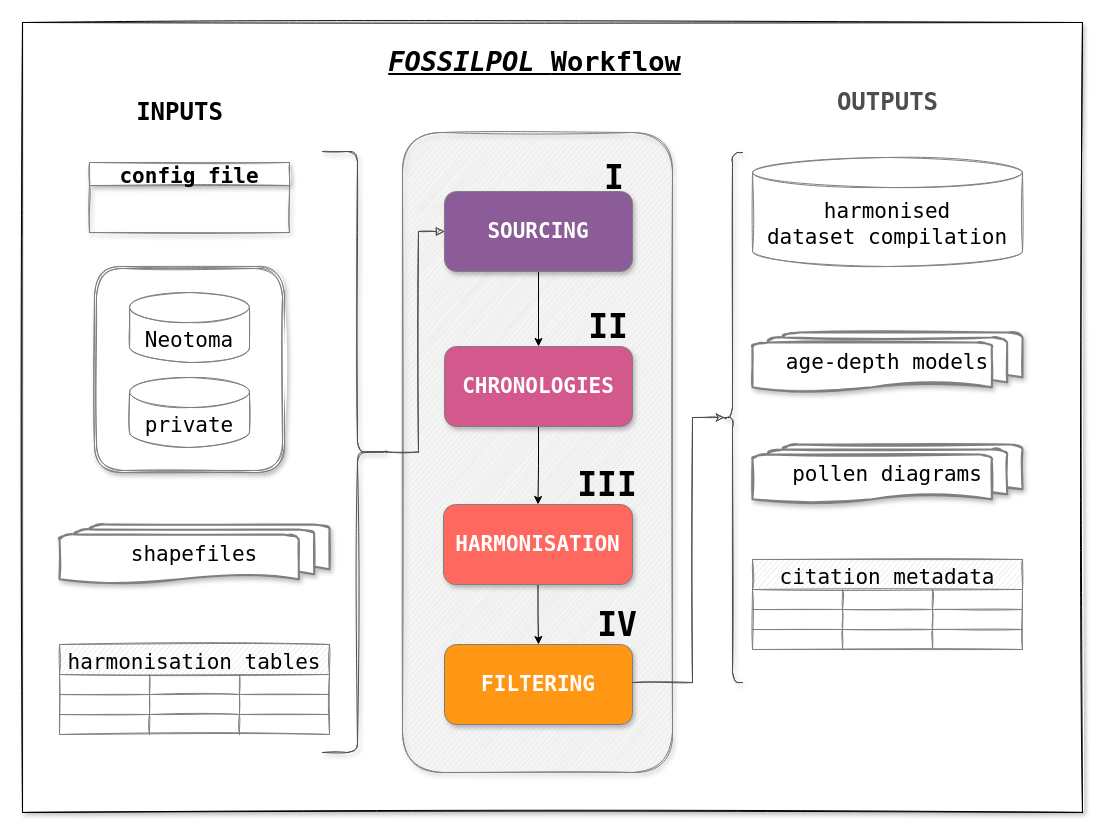
Above: Outputs/Figures/Supplementary/Workflow_MainText_Summary.drawio in HOPE-UIB-BIO/FOSSILPOL-example-Scandinavia (draw.io), before the change. Source tidied: cells renumbered, new cells numbered last; positions are measured from the earlier drawing's top-left corner, leaving out a move shared by most shapes. Both pictures are drawn from the tidied source at 100%, with x=0, y=0 at pixel (22, 22).
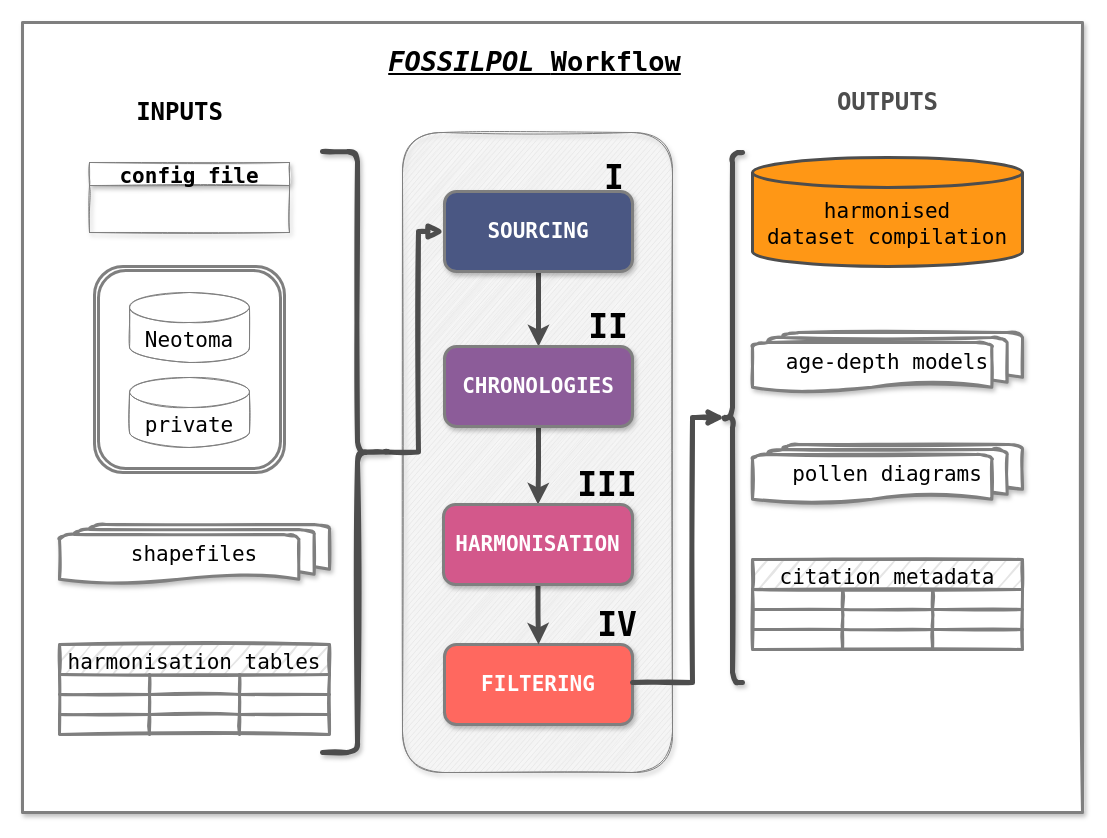
After the change.

Unchanged cells that the change refers to:
```xml
<mxCell id="19" value="&lt;b style=&quot;font-size: 33px;&quot;&gt;&lt;font style=&quot;font-size: 33px;&quot;&gt;IV&lt;/font&gt;&lt;/b&gt;" style="text;html=1;strokeColor=none;fillColor=none;align=center;verticalAlign=middle;whiteSpace=wrap;rounded=0;sketch=0;fontFamily=Lucida Console;fontSize=33;" parent="1" vertex="1">
  <mxGeometry x="550" y="527" width="90" height="150" as="geometry" />
</mxCell>
```

The edit, as a diff of the source:
```diff
@@
-    <mxCell id="2" style="rounded=0;whiteSpace=wrap;html=1;shadow=1;sketch=1;fontFamily=Lucida Console;fontSize=21;" parent="1" vertex="1">
+    <mxCell id="2" style="rounded=0;whiteSpace=wrap;html=1;shadow=1;sketch=1;fontFamily=Lucida Console;fontSize=21;strokeColor=#7F7F7F;strokeWidth=3;" parent="1" vertex="1">
       <mxGeometry width="1060" height="790" as="geometry" />
     </mxCell>
-    <mxCell id="3" style="shape=ext;double=1;rounded=1;whiteSpace=wrap;html=1;shadow=1;sketch=1;fontFamily=Lucida Console;fontSize=21;strokeColor=#7f7f7f;" parent="1" vertex="1">
+    <mxCell id="3" style="shape=ext;double=1;rounded=1;whiteSpace=wrap;html=1;shadow=0;sketch=0;fontFamily=Lucida Console;fontSize=21;strokeColor=#7f7f7f;strokeWidth=3;" parent="1" vertex="1">
       <mxGeometry x="72" y="244" width="190" height="206" as="geometry" />
     </mxCell>
@@
-    <mxCell id="5" style="edgeStyle=orthogonalEdgeStyle;rounded=0;jettySize=auto;html=1;exitX=0.5;exitY=1;exitDx=0;exitDy=0;entryX=0.5;entryY=0;entryDx=0;entryDy=0;" parent="1" edge="1" source="6" target="9">
+    <mxCell id="5" style="edgeStyle=orthogonalEdgeStyle;rounded=0;jettySize=auto;html=1;exitX=0.5;exitY=1;exitDx=0;exitDy=0;entryX=0.5;entryY=0;entryDx=0;entryDy=0;strokeWidth=5;strokeColor=#4D4D4D;" parent="1" edge="1" source="6" target="9">
       <mxGeometry relative="1" as="geometry" />
     </mxCell>
-    <mxCell id="6" value="SOURCING" style="rounded=1;whiteSpace=wrap;html=1;fontFamily=Lucida Console;fontSize=21;sketch=0;fillColor=#8C5C99;strokeColor=#7F7F7F;fontColor=#FFFFFF;shadow=1;fontStyle=1;labelBorderColor=none;labelBackgroundColor=none;" parent="1" vertex="1">
+    <mxCell id="6" value="SOURCING" style="rounded=1;whiteSpace=wrap;html=1;fontFamily=Lucida Console;fontSize=21;sketch=0;fillColor=#4A5783;strokeColor=#7F7F7F;fontColor=#FFFFFF;shadow=1;fontStyle=1;labelBorderColor=none;labelBackgroundColor=none;strokeWidth=3;" parent="1" vertex="1">
       <mxGeometry x="422" y="169" width="188" height="80" as="geometry" />
     </mxCell>
@@
-    <mxCell id="8" style="edgeStyle=orthogonalEdgeStyle;rounded=0;jettySize=auto;html=1;exitX=0.5;exitY=1;exitDx=0;exitDy=0;entryX=0.5;entryY=0;entryDx=0;entryDy=0;" parent="1" edge="1" source="9" target="14">
+    <mxCell id="8" style="edgeStyle=orthogonalEdgeStyle;rounded=0;jettySize=auto;html=1;exitX=0.5;exitY=1;exitDx=0;exitDy=0;entryX=0.5;entryY=0;entryDx=0;entryDy=0;endSize=6;strokeWidth=5;strokeColor=#4D4D4D;" parent="1" edge="1" source="9" target="14">
       <mxGeometry relative="1" as="geometry" />
     </mxCell>
-    <mxCell id="9" value="CHRONOLOGIES" style="rounded=1;whiteSpace=wrap;html=1;fontFamily=Lucida Console;fontSize=21;sketch=0;fillColor=#D3588B;strokeColor=#7f7f7f;fontColor=#FFFFFF;shadow=1;fontStyle=1;" parent="1" vertex="1">
+    <mxCell id="9" value="CHRONOLOGIES" style="rounded=1;whiteSpace=wrap;html=1;fontFamily=Lucida Console;fontSize=21;sketch=0;fillColor=#8C5C99;strokeColor=#7f7f7f;fontColor=#FFFFFF;shadow=1;fontStyle=1;strokeWidth=3;" parent="1" vertex="1">
       <mxGeometry x="422" y="324" width="188" height="80" as="geometry" />
     </mxCell>
-    <mxCell id="10" value="FILTERING" style="rounded=1;whiteSpace=wrap;html=1;fontFamily=Lucida Console;fontSize=21;sketch=0;fillColor=#FF9715;strokeColor=#7f7f7f;fontColor=#FFFFFF;shadow=1;fontStyle=1;" parent="1" vertex="1">
+    <mxCell id="10" value="FILTERING" style="rounded=1;whiteSpace=wrap;html=1;fontFamily=Lucida Console;fontSize=21;sketch=0;fillColor=#FF685F;strokeColor=#7f7f7f;fontColor=#FFFFFF;shadow=1;fontStyle=1;strokeWidth=3;" parent="1" vertex="1">
       <mxGeometry x="422" y="622" width="188" height="80" as="geometry" />
     </mxCell>
@@
-    <mxCell id="13" style="edgeStyle=orthogonalEdgeStyle;rounded=0;jettySize=auto;html=1;exitX=0.5;exitY=1;exitDx=0;exitDy=0;entryX=0.5;entryY=0;entryDx=0;entryDy=0;" parent="1" edge="1" source="14" target="10">
+    <mxCell id="13" style="edgeStyle=orthogonalEdgeStyle;rounded=0;jettySize=auto;html=1;exitX=0.5;exitY=1;exitDx=0;exitDy=0;entryX=0.5;entryY=0;entryDx=0;entryDy=0;strokeWidth=5;strokeColor=#4D4D4D;" parent="1" edge="1" source="14" target="10">
       <mxGeometry relative="1" as="geometry" />
     </mxCell>
-    <mxCell id="14" value="HARMONISATION" style="rounded=1;whiteSpace=wrap;html=1;fontFamily=Lucida Console;fontSize=21;sketch=0;fillColor=#FF685F;strokeColor=#7f7f7f;fontColor=#FFFFFF;shadow=1;fontStyle=1;" parent="1" vertex="1">
+    <mxCell id="14" value="HARMONISATION" style="rounded=1;whiteSpace=wrap;html=1;fontFamily=Lucida Console;fontSize=21;sketch=0;fillColor=#D3588B;strokeColor=#7f7f7f;fontColor=#FFFFFF;shadow=1;fontStyle=1;strokeWidth=3;" parent="1" vertex="1">
       <mxGeometry x="421" y="482" width="189" height="80" as="geometry" />
     </mxCell>
@@
-    <mxCell id="22" value="shapefiles" style="strokeWidth=2;html=1;shape=mxgraph.flowchart.multi-document;whiteSpace=wrap;shadow=1;sketch=1;fontFamily=Lucida Console;fontSize=21;fontColor=#000000;strokeColor=#7f7f7f;" parent="1" vertex="1">
+    <mxCell id="22" value="shapefiles" style="strokeWidth=3;html=1;shape=mxgraph.flowchart.multi-document;whiteSpace=wrap;shadow=1;sketch=1;fontFamily=Lucida Console;fontSize=21;fontColor=#000000;strokeColor=#7f7f7f;" parent="1" vertex="1">
       <mxGeometry x="37" y="502" width="270" height="60" as="geometry" />
     </mxCell>
@@
-    <mxCell id="24" value="harmonised &lt;br&gt;dataset compilation" style="shape=cylinder3;whiteSpace=wrap;html=1;boundedLbl=1;backgroundOutline=1;size=15;rounded=0;glass=1;fontFamily=Lucida Console;fontSize=21;sketch=1;strokeColor=#7f7f7f;" parent="1" vertex="1">
+    <mxCell id="24" value="harmonised &lt;br&gt;dataset compilation" style="shape=cylinder3;whiteSpace=wrap;html=1;boundedLbl=1;backgroundOutline=1;size=15;rounded=0;glass=1;fontFamily=Lucida Console;fontSize=21;sketch=0;strokeColor=#4D4D4D;strokeWidth=3;fillColor=#FF9715;" parent="1" vertex="1">
       <mxGeometry x="730" y="135" width="270" height="109" as="geometry" />
     </mxCell>
-    <mxCell id="25" value="pollen diagrams" style="strokeWidth=2;html=1;shape=mxgraph.flowchart.multi-document;whiteSpace=wrap;shadow=1;sketch=1;fontFamily=Lucida Console;fontSize=21;strokeColor=#7f7f7f;" parent="1" vertex="1">
+    <mxCell id="25" value="pollen diagrams" style="strokeWidth=3;html=1;shape=mxgraph.flowchart.multi-document;whiteSpace=wrap;shadow=1;sketch=1;fontFamily=Lucida Console;fontSize=21;strokeColor=#7f7f7f;" parent="1" vertex="1">
       <mxGeometry x="730" y="422" width="270" height="60" as="geometry" />
     </mxCell>
-    <mxCell id="26" value="age-depth models" style="strokeWidth=2;html=1;shape=mxgraph.flowchart.multi-document;whiteSpace=wrap;shadow=1;sketch=1;fontFamily=Lucida Console;fontSize=21;strokeColor=#7f7f7f;" parent="1" vertex="1">
+    <mxCell id="26" value="age-depth models" style="strokeWidth=3;html=1;shape=mxgraph.flowchart.multi-document;whiteSpace=wrap;shadow=1;sketch=1;fontFamily=Lucida Console;fontSize=21;strokeColor=#7f7f7f;" parent="1" vertex="1">
       <mxGeometry x="730" y="310" width="270" height="60" as="geometry" />
     </mxCell>
-    <mxCell id="27" value="citation metadata" style="shape=table;startSize=30;childLayout=tableLayout;fontStyle=0;align=center;sketch=1;fontFamily=Lucida Console;fontSize=21;fillColor=#e5e5e5;strokeColor=#7f7f7f;" parent="1" vertex="1">
+    <mxCell id="27" value="citation metadata" style="shape=table;startSize=30;childLayout=tableLayout;fontStyle=0;align=center;sketch=1;fontFamily=Lucida Console;fontSize=21;fillColor=#e5e5e5;strokeColor=#7f7f7f;strokeWidth=3;" parent="1" vertex="1">
       <mxGeometry x="730" y="537" width="270" height="90" as="geometry" />
     </mxCell>
@@
-    <mxCell id="40" style="edgeStyle=orthogonalEdgeStyle;rounded=0;sketch=1;jettySize=auto;html=1;exitX=0.1;exitY=0.5;exitDx=0;exitDy=0;exitPerimeter=0;fontFamily=Lucida Console;fontSize=21;entryX=0.667;entryY=0.887;entryDx=0;entryDy=0;entryPerimeter=0;endArrow=none;endFill=0;startArrow=classic;startFill=1;strokeColor=#4d4d4d;" parent="1" edge="1" source="41" target="19">
+    <mxCell id="40" style="edgeStyle=orthogonalEdgeStyle;rounded=0;sketch=1;jettySize=auto;html=1;exitX=0.1;exitY=0.5;exitDx=0;exitDy=0;exitPerimeter=0;fontFamily=Lucida Console;fontSize=21;entryX=0.667;entryY=0.887;entryDx=0;entryDy=0;entryPerimeter=0;endArrow=none;endFill=0;startArrow=classic;startFill=1;strokeColor=#4D4D4D;strokeWidth=5;" parent="1" edge="1" source="41" target="19">
       <mxGeometry relative="1" as="geometry" />
     </mxCell>
-    <mxCell id="41" style="shape=curlyBracket;whiteSpace=wrap;html=1;rounded=1;shadow=1;sketch=1;fontFamily=Lucida Console;fontSize=21;strokeColor=#4d4d4d;" parent="1" vertex="1">
+    <mxCell id="41" style="shape=curlyBracket;whiteSpace=wrap;html=1;rounded=1;shadow=1;sketch=1;fontFamily=Lucida Console;fontSize=21;strokeColor=#4D4D4D;strokeWidth=5;" parent="1" vertex="1">
       <mxGeometry x="700" y="130" width="20" height="530" as="geometry" />
     </mxCell>
-    <mxCell id="42" value="harmonisation tables" style="shape=table;startSize=30;childLayout=tableLayout;fontStyle=0;align=center;sketch=1;fontFamily=Lucida Console;fontSize=21;fillColor=#e5e5e5;strokeColor=#7f7f7f;fontColor=#000000;" parent="1" vertex="1">
+    <mxCell id="42" value="harmonisation tables" style="shape=table;startSize=30;childLayout=tableLayout;fontStyle=0;align=center;sketch=1;fontFamily=Lucida Console;fontSize=21;fillColor=#e5e5e5;strokeColor=#7f7f7f;fontColor=#000000;strokeWidth=3;" parent="1" vertex="1">
       <mxGeometry x="37" y="622" width="270" height="90" as="geometry" />
     </mxCell>
@@
-    <mxCell id="56" style="edgeStyle=orthogonalEdgeStyle;rounded=0;sketch=1;jettySize=auto;html=1;exitX=0.1;exitY=0.5;exitDx=0;exitDy=0;exitPerimeter=0;entryX=0;entryY=0.5;entryDx=0;entryDy=0;fontFamily=Lucida Console;fontSize=21;startArrow=none;startFill=0;endArrow=block;endFill=1;strokeColor=#4d4d4d;" parent="1" edge="1" source="57" target="6">
+    <mxCell id="56" style="edgeStyle=orthogonalEdgeStyle;rounded=0;sketch=1;jettySize=auto;html=1;exitX=0.1;exitY=0.5;exitDx=0;exitDy=0;exitPerimeter=0;entryX=0;entryY=0.5;entryDx=0;entryDy=0;fontFamily=Lucida Console;fontSize=21;startArrow=none;startFill=0;endArrow=block;endFill=1;strokeColor=#4d4d4d;strokeWidth=5;" parent="1" edge="1" source="57" target="6">
       <mxGeometry relative="1" as="geometry" />
     </mxCell>
-    <mxCell id="57" style="shape=curlyBracket;whiteSpace=wrap;html=1;rounded=1;flipH=1;shadow=1;sketch=1;fontFamily=Lucida Console;fontSize=21;size=0.5;strokeColor=#4d4d4d;" parent="1" vertex="1">
+    <mxCell id="57" style="shape=curlyBracket;whiteSpace=wrap;html=1;rounded=1;flipH=1;shadow=1;sketch=1;fontFamily=Lucida Console;fontSize=21;size=0.5;strokeColor=#4d4d4d;strokeWidth=5;" parent="1" vertex="1">
       <mxGeometry x="300" y="129" width="70" height="601" as="geometry" />
     </mxCell>
```
